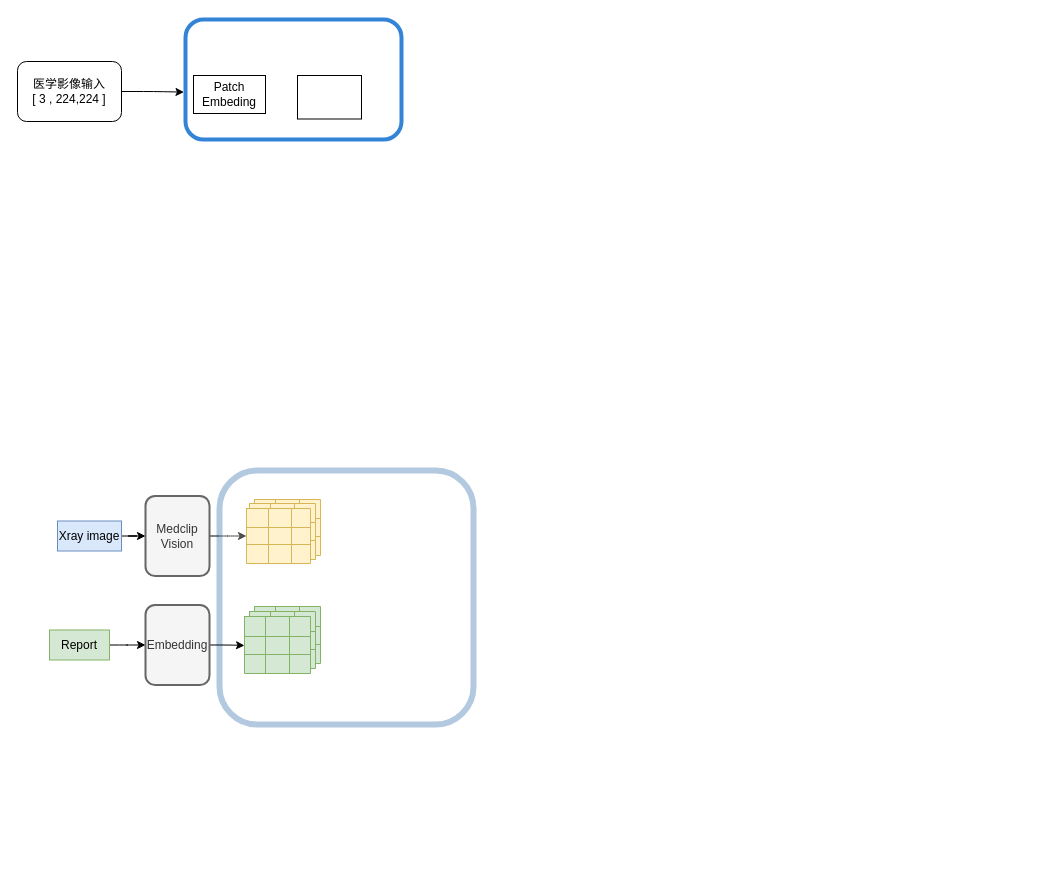
The draw.io diagram page "第 1 页" (1 of 2) of 未命名绘图.drawio in zxdpro/Cross-Modality-Medical-Report-Generation, before the edit. Source tidied: cells renumbered, new cells numbered last; positions are measured from the earlier drawing's top-left corner, leaving out a move shared by most shapes. Both pictures are drawn from the tidied source at 100%, with x=0, y=0 at pixel (17, 19).
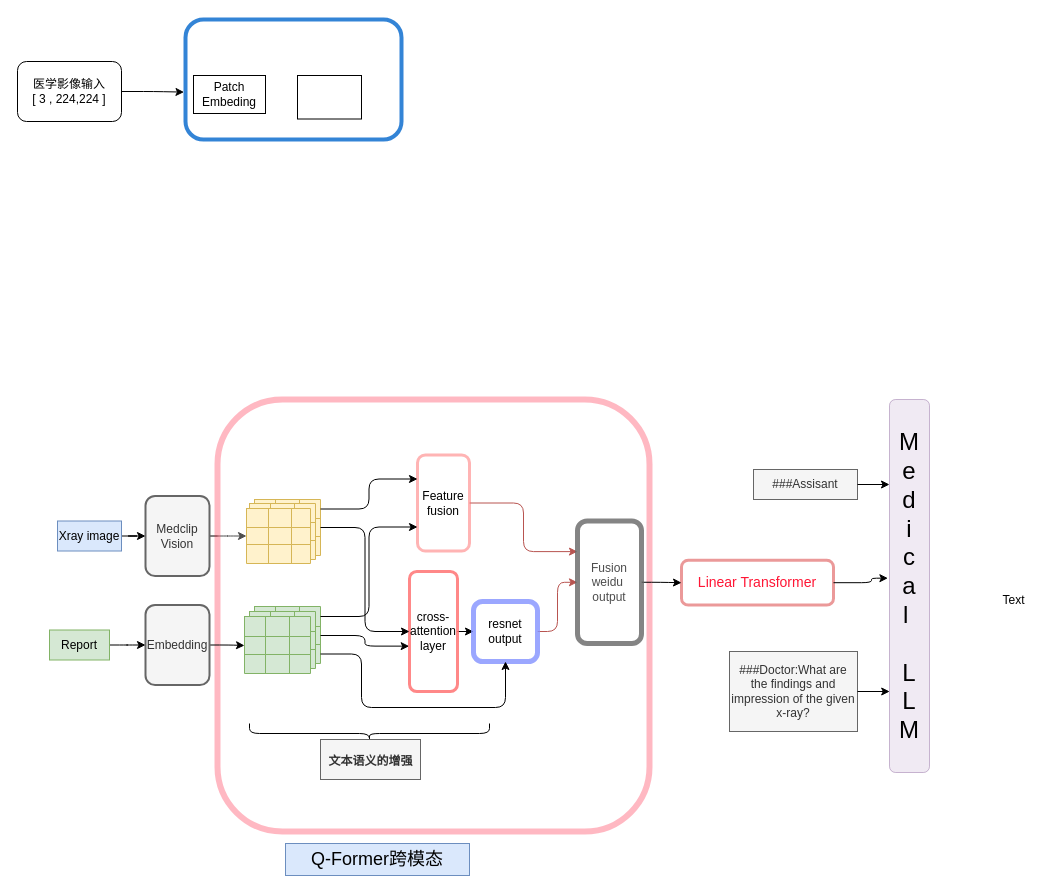
After the change.

Unchanged cells that the change refers to:
```xml
<mxCell id="13" style="shape=tableRow;horizontal=0;startSize=0;swimlaneHead=0;swimlaneBody=0;strokeColor=inherit;top=0;left=0;bottom=0;right=0;fillColor=none;points=[[0,0.5],[1,0.5]];portConstraint=eastwest;fontSize=16;" parent="12" vertex="1">
  <mxGeometry width="66" height="19" as="geometry" />
</mxCell>
<mxCell id="17" style="shape=tableRow;horizontal=0;startSize=0;swimlaneHead=0;swimlaneBody=0;strokeColor=inherit;top=0;left=0;bottom=0;right=0;fillColor=none;points=[[0,0.5],[1,0.5]];portConstraint=eastwest;fontSize=16;" parent="12" vertex="1">
  <mxGeometry y="19" width="66" height="18" as="geometry" />
</mxCell>
<mxCell id="39" style="shape=tableRow;horizontal=0;startSize=0;swimlaneHead=0;swimlaneBody=0;strokeColor=inherit;top=0;left=0;bottom=0;right=0;fillColor=none;points=[[0,0.5],[1,0.5]];portConstraint=eastwest;fontSize=16;" parent="38" vertex="1">
  <mxGeometry width="66" height="20" as="geometry" />
</mxCell>
<mxCell id="43" style="shape=tableRow;horizontal=0;startSize=0;swimlaneHead=0;swimlaneBody=0;strokeColor=inherit;top=0;left=0;bottom=0;right=0;fillColor=none;points=[[0,0.5],[1,0.5]];portConstraint=eastwest;fontSize=16;" parent="38" vertex="1">
  <mxGeometry y="20" width="66" height="18" as="geometry" />
</mxCell>
<mxCell id="47" style="shape=tableRow;horizontal=0;startSize=0;swimlaneHead=0;swimlaneBody=0;strokeColor=inherit;top=0;left=0;bottom=0;right=0;fillColor=none;points=[[0,0.5],[1,0.5]];portConstraint=eastwest;fontSize=16;" parent="38" vertex="1">
  <mxGeometry y="38" width="66" height="19" as="geometry" />
</mxCell>
```

Diff of the diagram source:
```diff
@@
-    <mxCell id="11" style="whiteSpace=wrap;html=1;opacity=30;strokeColor=#004C99;strokeWidth=6;rounded=1;" parent="1" vertex="1">
-      <mxGeometry x="202" y="451" width="254" height="254" as="geometry" />
+    <mxCell id="11" style="whiteSpace=wrap;html=1;opacity=30;strokeWidth=6;rounded=1;strokeColor=#FF1635;" parent="1" vertex="1">
+      <mxGeometry x="200" y="380" width="432" height="432" as="geometry" />
     </mxCell>
@@
+    <mxCell id="94" style="edgeStyle=orthogonalEdgeStyle;jettySize=auto;html=1;" parent="1" edge="1" source="95" target="100">
+      <mxGeometry relative="1" as="geometry" />
+    </mxCell>
+    <mxCell id="95" value="cross-attention&lt;div&gt;layer&lt;/div&gt;" style="rounded=1;whiteSpace=wrap;html=1;opacity=80;strokeColor=#FF6B6B;strokeWidth=3;" parent="1" vertex="1">
+      <mxGeometry x="392" y="552" width="48" height="120" as="geometry" />
+    </mxCell>
+    <mxCell id="96" style="edgeStyle=orthogonalEdgeStyle;jettySize=auto;html=1;exitX=1;exitY=0.5;exitDx=0;exitDy=0;entryX=0;entryY=0.5;entryDx=0;entryDy=0;" parent="1" edge="1" source="17" target="95">
+      <mxGeometry relative="1" as="geometry" />
+    </mxCell>
+    <mxCell id="97" style="edgeStyle=orthogonalEdgeStyle;jettySize=auto;html=1;exitX=1;exitY=0.5;exitDx=0;exitDy=0;entryX=-0.007;entryY=0.622;entryDx=0;entryDy=0;entryPerimeter=0;" parent="1" edge="1" source="43" target="95">
+      <mxGeometry relative="1" as="geometry" />
+    </mxCell>
+    <mxCell id="98" value="&lt;font style=&quot;color: rgb(255, 22, 53); font-size: 14px;&quot;&gt;Linear Transformer&lt;/font&gt;" style="rounded=1;whiteSpace=wrap;html=1;opacity=40;strokeWidth=3;strokeColor=#CC0000;" parent="1" vertex="1">
+      <mxGeometry x="664" y="540.8" width="152" height="44.8" as="geometry" />
+    </mxCell>
+    <mxCell id="99" style="edgeStyle=orthogonalEdgeStyle;jettySize=auto;html=1;fillColor=#f8cecc;strokeColor=#b85450;" parent="1" edge="1" source="100" target="110">
+      <mxGeometry relative="1" as="geometry" />
+    </mxCell>
+    <mxCell id="100" value="resnet&lt;div&gt;output&lt;/div&gt;" style="whiteSpace=wrap;html=1;strokeColor=#8292FF;rounded=1;opacity=80;strokeWidth=5;" parent="1" vertex="1">
+      <mxGeometry x="456" y="582" width="64" height="60" as="geometry" />
+    </mxCell>
+    <mxCell id="101" style="edgeStyle=orthogonalEdgeStyle;jettySize=auto;html=1;exitX=1;exitY=0.5;exitDx=0;exitDy=0;entryX=0.5;entryY=1;entryDx=0;entryDy=0;" parent="1" edge="1" source="47" target="100">
+      <mxGeometry relative="1" as="geometry">
+        <Array as="points">
+          <mxPoint x="344" y="635" />
+          <mxPoint x="344" y="688" />
+          <mxPoint x="488" y="688" />
+        </Array>
+      </mxGeometry>
+    </mxCell>
+    <mxCell id="102" style="edgeStyle=orthogonalEdgeStyle;jettySize=auto;html=1;exitX=1;exitY=0.5;exitDx=0;exitDy=0;entryX=0;entryY=0.25;entryDx=0;entryDy=0;fillColor=#f8cecc;strokeColor=#b85450;" parent="1" edge="1" source="103" target="110">
+      <mxGeometry relative="1" as="geometry" />
+    </mxCell>
+    <mxCell id="103" value="Feature&lt;div&gt;fusion&lt;/div&gt;" style="whiteSpace=wrap;html=1;strokeColor=#FF6B6B;rounded=1;opacity=50;strokeWidth=3;" parent="1" vertex="1">
+      <mxGeometry x="400" y="435.5" width="52" height="96" as="geometry" />
+    </mxCell>
+    <mxCell id="104" style="edgeStyle=orthogonalEdgeStyle;jettySize=auto;html=1;exitX=1;exitY=0.5;exitDx=0;exitDy=0;entryX=0;entryY=0.75;entryDx=0;entryDy=0;" parent="1" edge="1" source="39" target="103">
+      <mxGeometry relative="1" as="geometry" />
+    </mxCell>
+    <mxCell id="105" style="edgeStyle=orthogonalEdgeStyle;jettySize=auto;html=1;exitX=1;exitY=0.5;exitDx=0;exitDy=0;entryX=0;entryY=0.25;entryDx=0;entryDy=0;" parent="1" edge="1" source="13" target="103">
+      <mxGeometry relative="1" as="geometry" />
+    </mxCell>
+    <mxCell id="106" style="shape=curlyBracket;whiteSpace=wrap;html=1;rounded=1;labelPosition=left;verticalLabelPosition=middle;align=right;verticalAlign=middle;direction=north;" parent="1" vertex="1">
+      <mxGeometry x="232" y="704" width="240" height="20" as="geometry" />
+    </mxCell>
+    <mxCell id="107" value="&lt;div style=&quot;line-height: 110%;&quot;&gt;&lt;font style=&quot;font-size: 12px;&quot;&gt;文本语义的增强&lt;/font&gt;&lt;/div&gt;" style="text;strokeColor=#666666;fillColor=#f5f5f5;html=1;fontSize=24;fontStyle=1;verticalAlign=middle;align=center;fontColor=#333333;" parent="1" vertex="1">
+      <mxGeometry x="303" y="720" width="100" height="40" as="geometry" />
+    </mxCell>
+    <mxCell id="108" value="&lt;font style=&quot;font-size: 18px;&quot;&gt;Q-Former跨模态&lt;/font&gt;" style="text;html=1;align=center;verticalAlign=middle;whiteSpace=wrap;rounded=0;fillColor=#dae8fc;strokeColor=#6c8ebf;" parent="1" vertex="1">
+      <mxGeometry x="268" y="824" width="184" height="32" as="geometry" />
+    </mxCell>
+    <mxCell id="109" style="edgeStyle=orthogonalEdgeStyle;jettySize=auto;html=1;exitX=1;exitY=0.5;exitDx=0;exitDy=0;entryX=0;entryY=0.5;entryDx=0;entryDy=0;" parent="1" edge="1" source="110" target="98">
+      <mxGeometry relative="1" as="geometry" />
+    </mxCell>
+    <mxCell id="110" value="&lt;font color=&quot;#4d4d4d&quot;&gt;Fusion&lt;/font&gt;&lt;div&gt;&lt;font color=&quot;#4d4d4d&quot;&gt;weidu&amp;nbsp;&lt;/font&gt;&lt;/div&gt;&lt;div&gt;&lt;font color=&quot;#4d4d4d&quot;&gt;output&lt;/font&gt;&lt;/div&gt;" style="whiteSpace=wrap;html=1;strokeColor=#666666;rounded=1;opacity=80;strokeWidth=5;" parent="1" vertex="1">
+      <mxGeometry x="560" y="501.5" width="64" height="122.5" as="geometry" />
+    </mxCell>
+    <mxCell id="111" value="&lt;font style=&quot;font-size: 24px;&quot;&gt;M&lt;/font&gt;&lt;div&gt;&lt;font style=&quot;font-size: 24px;&quot;&gt;e&lt;/font&gt;&lt;/div&gt;&lt;div&gt;&lt;font style=&quot;font-size: 24px;&quot;&gt;d&lt;/font&gt;&lt;/div&gt;&lt;div&gt;&lt;font style=&quot;font-size: 24px;&quot;&gt;i&lt;/font&gt;&lt;/div&gt;&lt;div&gt;&lt;font style=&quot;font-size: 24px;&quot;&gt;c&lt;/font&gt;&lt;/div&gt;&lt;div&gt;&lt;font style=&quot;font-size: 24px;&quot;&gt;a&lt;/font&gt;&lt;/div&gt;&lt;div&gt;&lt;font style=&quot;font-size: 24px;&quot;&gt;l&amp;nbsp;&lt;/font&gt;&lt;/div&gt;&lt;div&gt;&lt;font style=&quot;font-size: 24px;&quot;&gt;&amp;nbsp;&lt;/font&gt;&lt;/div&gt;&lt;div&gt;&lt;font style=&quot;font-size: 24px;&quot;&gt;L&lt;/font&gt;&lt;/div&gt;&lt;div&gt;&lt;font style=&quot;font-size: 24px;&quot;&gt;L&lt;/font&gt;&lt;/div&gt;&lt;div&gt;&lt;font style=&quot;font-size: 24px;&quot;&gt;M&lt;/font&gt;&lt;/div&gt;" style="rounded=1;whiteSpace=wrap;html=1;direction=west;opacity=50;fillColor=#e1d5e7;strokeColor=#9673a6;" parent="1" vertex="1">
+      <mxGeometry x="872" y="380" width="40" height="373" as="geometry" />
+    </mxCell>
+    <mxCell id="112" style="edgeStyle=orthogonalEdgeStyle;jettySize=auto;html=1;exitX=1;exitY=0.5;exitDx=0;exitDy=0;entryX=1.04;entryY=0.521;entryDx=0;entryDy=0;entryPerimeter=0;" parent="1" edge="1" source="98" target="111">
+      <mxGeometry relative="1" as="geometry">
+        <Array as="points">
+          <mxPoint x="854" y="563" />
+        </Array>
+      </mxGeometry>
+    </mxCell>
+    <mxCell id="113" value="###Assisant" style="text;html=1;align=center;verticalAlign=middle;whiteSpace=wrap;rounded=0;fillColor=#f5f5f5;fontColor=#333333;strokeColor=#666666;" parent="1" vertex="1">
+      <mxGeometry x="736" y="450" width="104" height="30" as="geometry" />
+    </mxCell>
+    <mxCell id="114" style="edgeStyle=orthogonalEdgeStyle;jettySize=auto;html=1;exitX=1;exitY=0.5;exitDx=0;exitDy=0;entryX=1;entryY=0.773;entryDx=0;entryDy=0;entryPerimeter=0;" parent="1" edge="1" source="113" target="111">
+      <mxGeometry relative="1" as="geometry" />
+    </mxCell>
+    <mxCell id="115" value="###Doctor:What are the findings and impression of the given x-ray?" style="text;html=1;align=center;verticalAlign=middle;whiteSpace=wrap;rounded=0;fillColor=#f5f5f5;fontColor=#333333;strokeColor=#666666;" parent="1" vertex="1">
+      <mxGeometry x="712" y="632" width="128" height="80" as="geometry" />
+    </mxCell>
+    <mxCell id="116" style="edgeStyle=orthogonalEdgeStyle;jettySize=auto;html=1;exitX=1;exitY=0.5;exitDx=0;exitDy=0;entryX=0.994;entryY=0.216;entryDx=0;entryDy=0;entryPerimeter=0;" parent="1" edge="1" source="115" target="111">
+      <mxGeometry relative="1" as="geometry" />
+    </mxCell>
+    <mxCell id="117" value="Text" style="text;html=1;align=center;verticalAlign=middle;strokeColor=none;fillColor=none;" parent="1" vertex="1">
+      <mxGeometry x="976" y="565" width="40" height="32" as="geometry" />
+    </mxCell>
```
